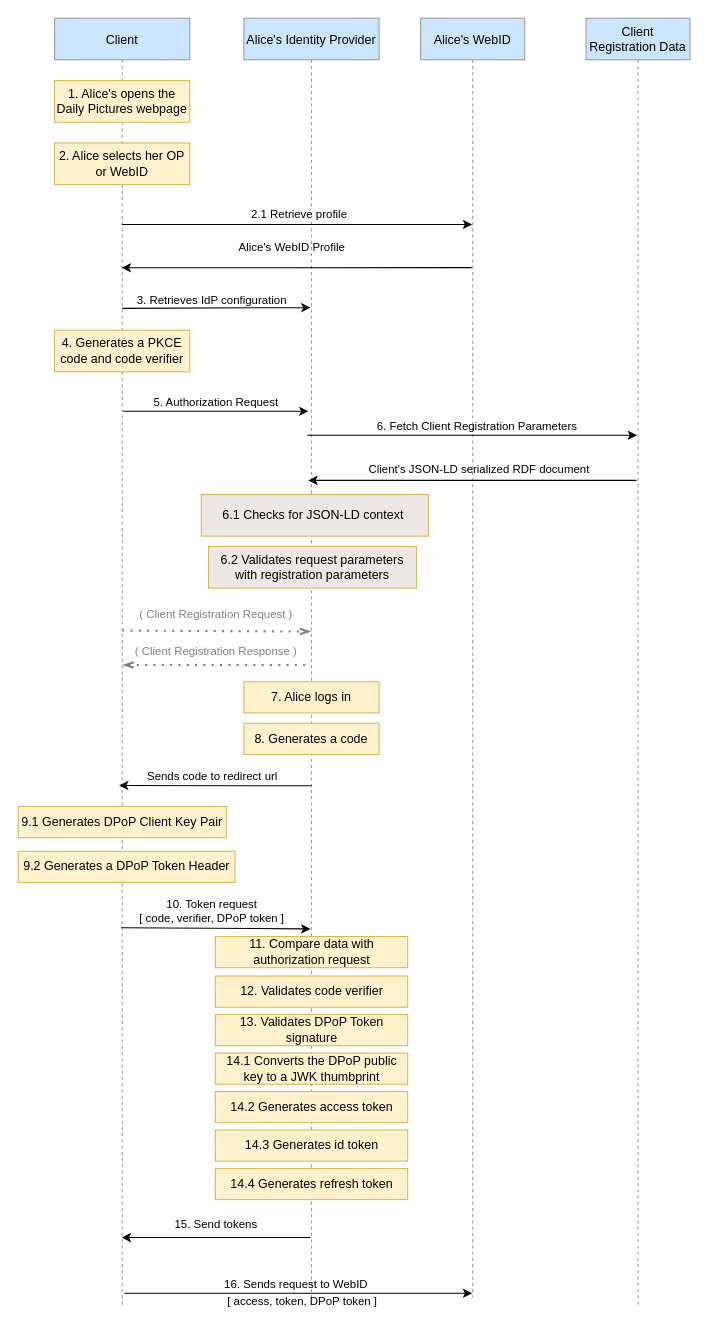
digita-ai/dgt-id-broker keeps this draw.io diagram as docs/modules/knowledge/img/solid-oidc-flow.drawio. Above is the earlier version. Source tidied: cells renumbered, new cells numbered last; positions are measured from the earlier drawing's top-left corner, leaving out a move shared by most shapes. Both pictures are drawn from the tidied source at 104%, with x=0, y=0 at pixel (18, 18).
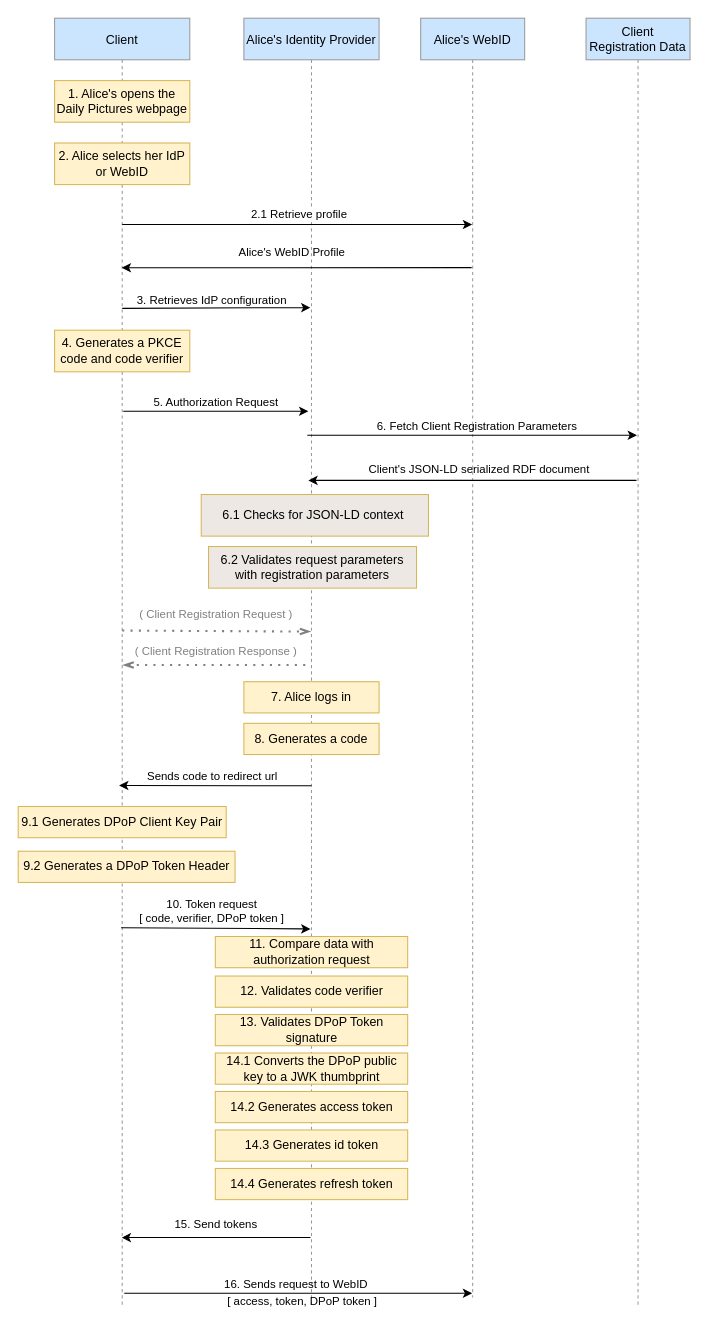
The same page after the edit.

Commit message (it also covers changes not shown here):
docs: fixed typo in flow charts

The change refers to these unchanged cells:
```xml
<mxCell id="2" value="Client" style="shape=umlLifeline;perimeter=lifelinePerimeter;rounded=0;shadow=0;strokeWidth=1;fillColor=#cce5ff;strokeColor=#999999;" parent="1" vertex="1">
  <mxGeometry x="35" width="130" height="1240" as="geometry" />
</mxCell>
```

Change to the diagram source:
```diff
@@
-    <mxCell id="3" value="2. Alice selects her OP or WebID" style="rounded=0;whiteSpace=wrap;html=1;fillColor=#fff2cc;strokeColor=#d6b656;" parent="2" vertex="1">
+    <mxCell id="3" value="2. Alice selects her IdP or WebID" style="rounded=0;whiteSpace=wrap;html=1;fillColor=#fff2cc;strokeColor=#d6b656;" parent="2" vertex="1">
       <mxGeometry y="120" width="130" height="40" as="geometry" />
     </mxCell>
@@
     <mxCell id="13" value="Alice's WebID Profile" style="text;html=1;align=center;verticalAlign=middle;strokeColor=none;fontSize=11;" parent="1" vertex="1">
-      <mxGeometry x="203" y="210" width="120" height="20" as="geometry" />
+      <mxGeometry x="203" y="215" width="120" height="20" as="geometry" />
     </mxCell>
```
